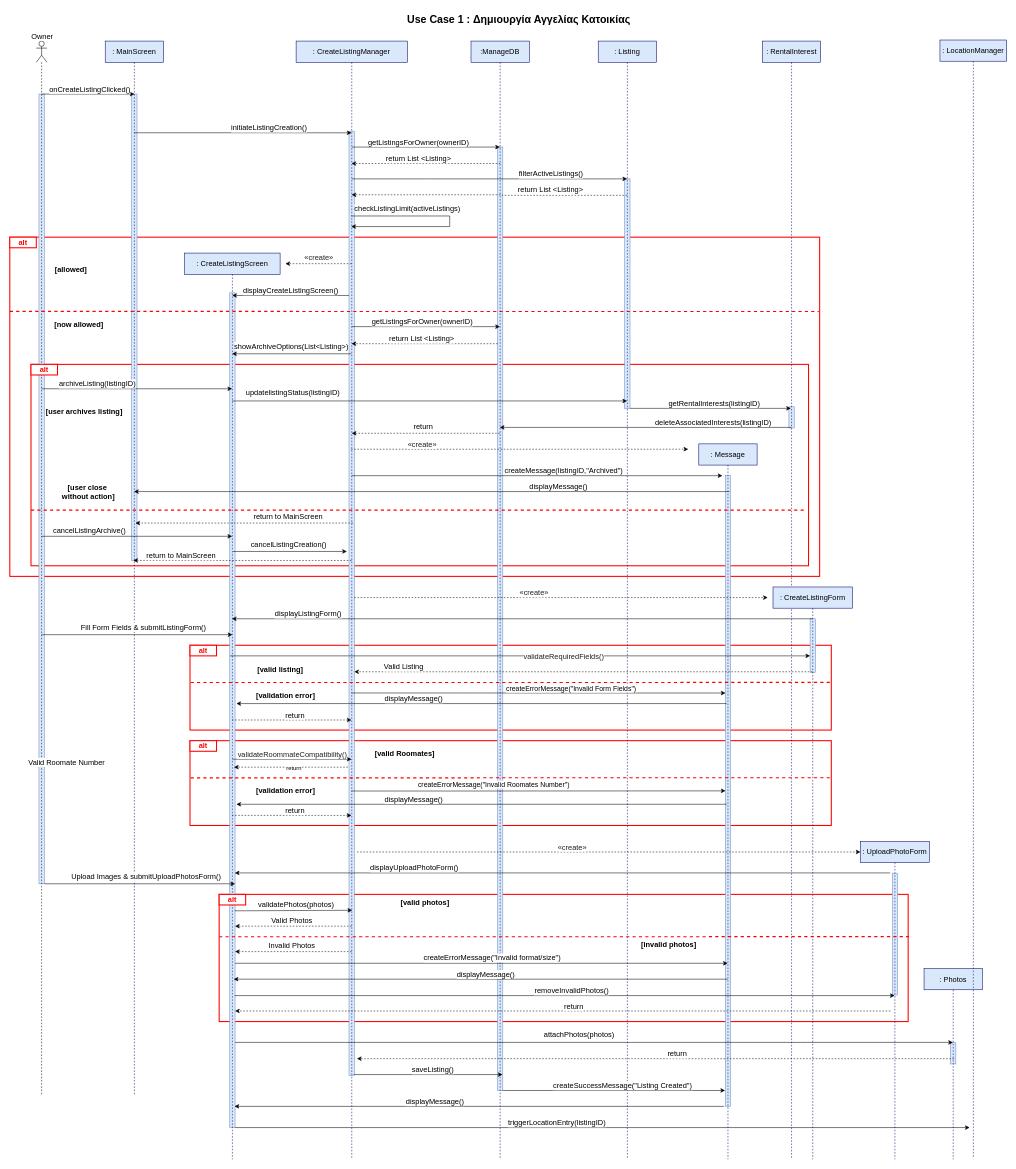
Before: page "use-case-1" (1 of 15) of FINAL DIAGRAMS/final_sequences.drawio in evelinastavropoulou/HomeLink, a draw.io diagram. Source tidied: cells renumbered, new cells numbered last; positions are measured from the earlier drawing's top-left corner, leaving out a move shared by most shapes. Both pictures are drawn from the tidied source at 53%, with x=0, y=0 at pixel (10, 9).
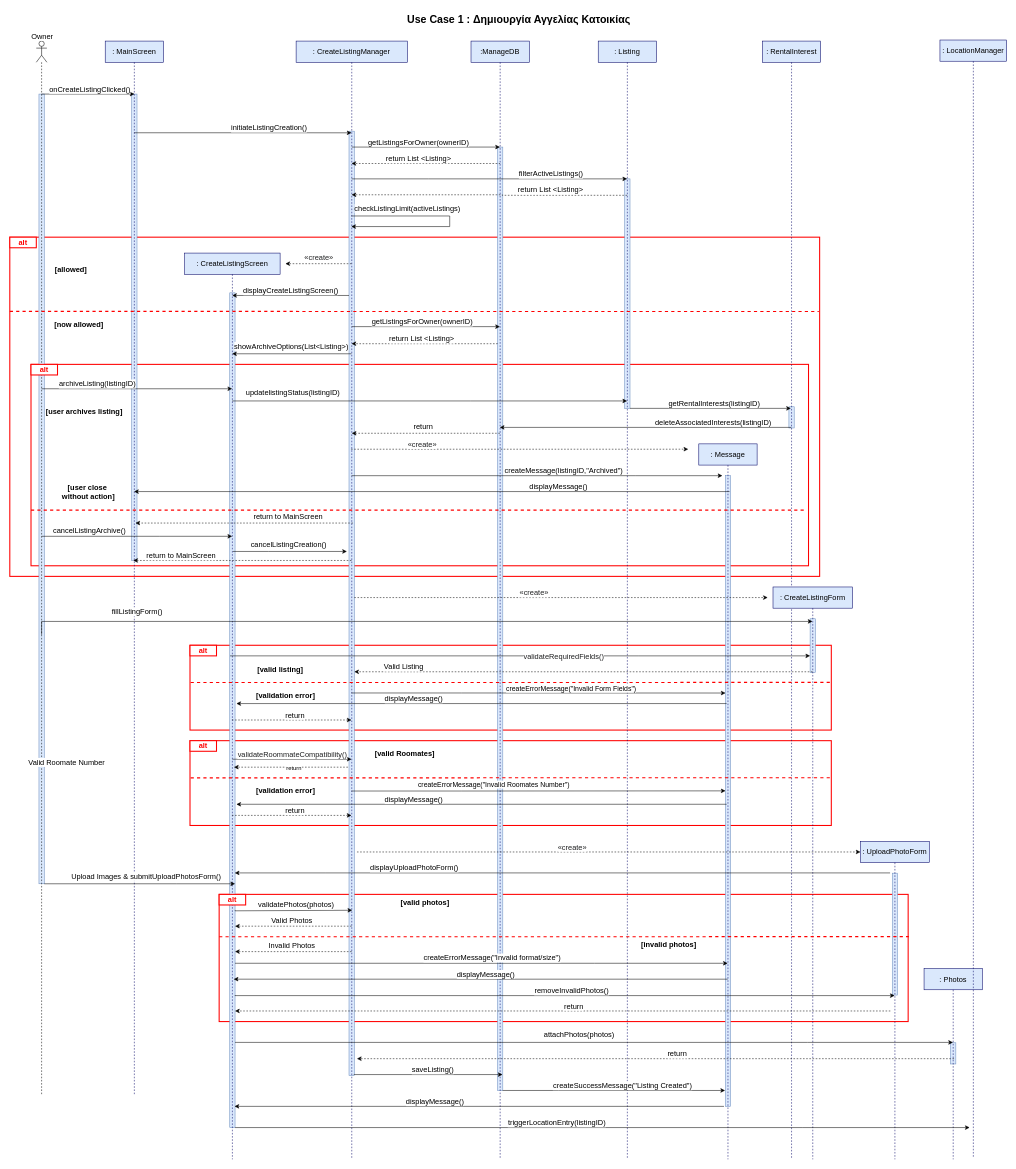
After the change.

Unchanged cells that the change refers to:
```xml
<mxCell id="73" value=": CreateListingForm" style="shape=umlLifeline;perimeter=lifelinePerimeter;whiteSpace=wrap;html=1;outlineConnect=0;portConstraint=eastwest;newEdgeStyle={&quot;curved&quot;:0,&quot;rounded&quot;:0};fillColor=#dae8fc;strokeColor=#000066;fontSize=14;" parent="1" vertex="1">
  <mxGeometry x="1440" y="1090" width="150" height="1080" as="geometry" />
</mxCell>
```

What changed in the source:
```diff
@@
-    <mxCell id="58" style="endArrow=classic;html=1;rounded=0;fontSize=14;" parent="1" edge="1">
-      <mxGeometry relative="1" as="geometry">
-        <mxPoint x="1515" y="1150" as="sourcePoint" />
-        <mxPoint x="419.1" y="1150" as="targetPoint" />
-      </mxGeometry>
-    </mxCell>
-    <mxCell id="59" value="displayListingForm()" style="edgeLabel;html=1;align=center;verticalAlign=middle;fontSize=14;" parent="58" vertex="1">
-      <mxGeometry x="-0.26" y="-1" relative="1" as="geometry">
-        <mxPoint x="-548" y="-9" as="offset" />
-      </mxGeometry>
-    </mxCell>
@@
-    <mxCell id="87" style="edgeStyle=orthogonalEdgeStyle;rounded=0;orthogonalLoop=1;jettySize=auto;html=1;curved=0;fontSize=14;" parent="1" edge="1">
+    <mxCell id="87" style="edgeStyle=orthogonalEdgeStyle;rounded=0;jettySize=auto;html=1;curved=0;fontSize=14;" parent="1" edge="1" target="73">
       <mxGeometry relative="1" as="geometry">
         <mxPoint x="60" y="1180" as="sourcePoint" />
-        <mxPoint x="420" y="1180" as="targetPoint" />
         <Array as="points">
-          <mxPoint x="310" y="1180" />
-          <mxPoint x="310" y="1180" />
+          <mxPoint x="60" y="1155" />
         </Array>
       </mxGeometry>
     </mxCell>
-    <mxCell id="88" value="Fill Form Fields &amp;amp; submitListingForm()" style="edgeLabel;html=1;align=center;verticalAlign=middle;fontSize=14;" parent="87" vertex="1">
+    <mxCell id="88" value="fillListingForm()" style="edgeLabel;html=1;align=center;verticalAlign=middle;fontSize=14;" parent="87" vertex="1">
       <mxGeometry x="0.11" y="2" relative="1" as="geometry">
-        <mxPoint x="-9" y="-13" as="offset" />
+        <mxPoint x="-617" y="-17" as="offset" />
       </mxGeometry>
     </mxCell>
```
